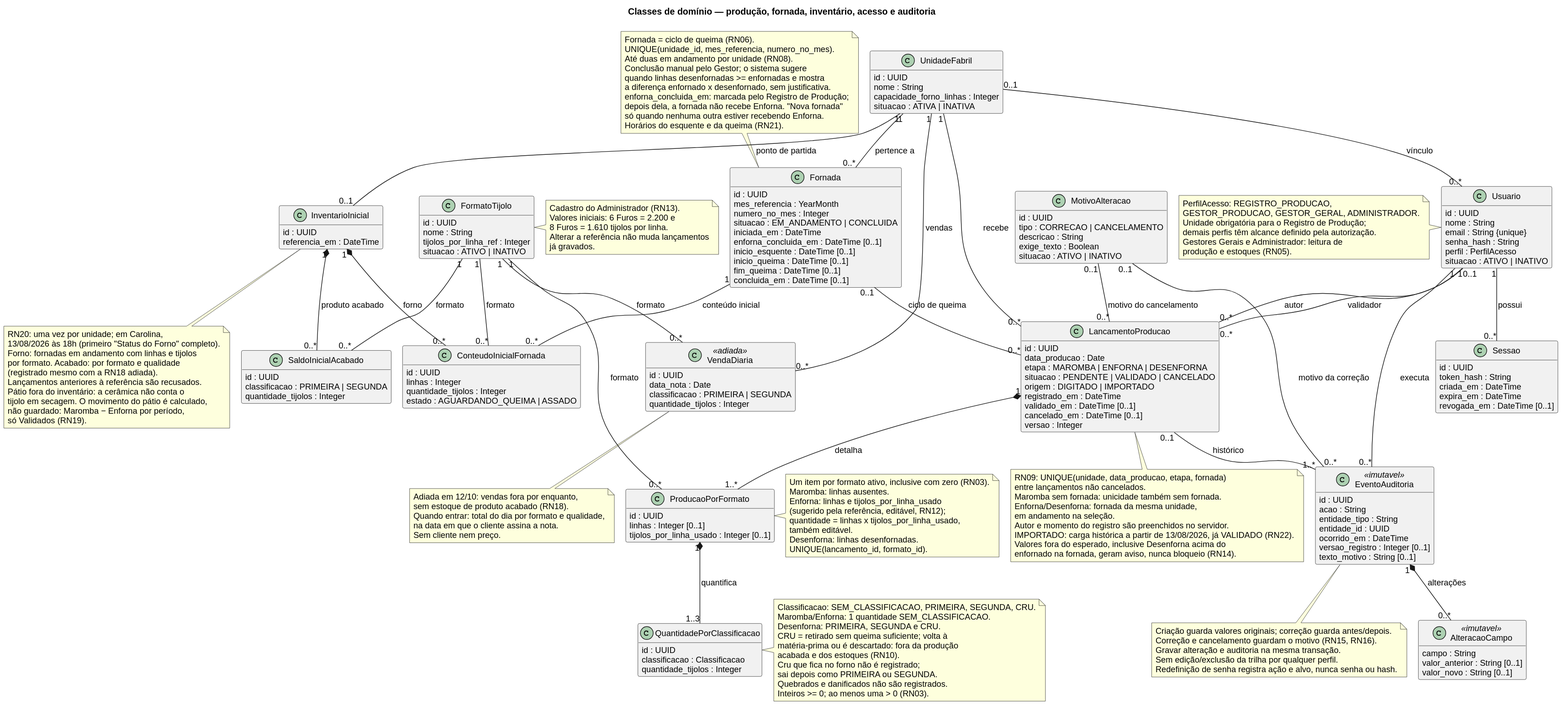
Above: docs/uml/svg/02_classes_dominio.svg in emilynerys/Projeto-Cer-mica-SOCRE (PlantUML), before the change.
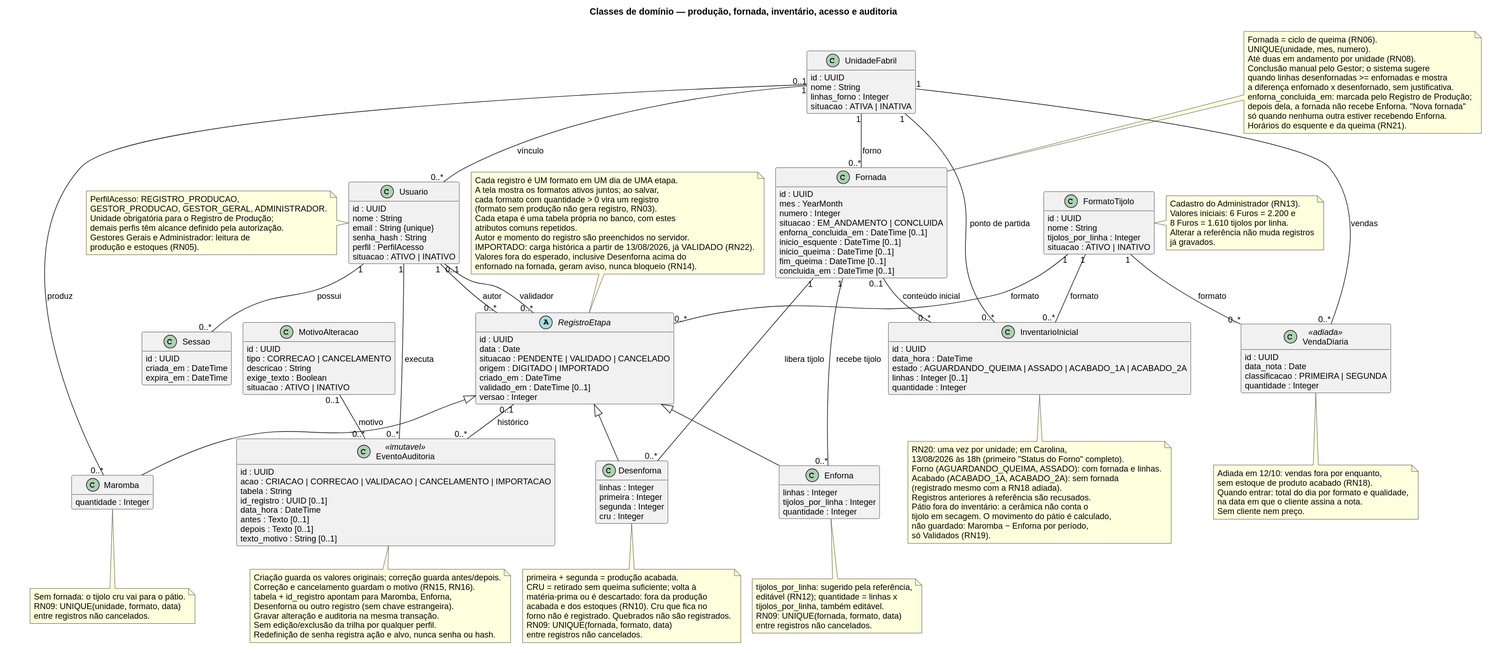
The same diagram one commit later.

What changed in the source:
```diff
@@ -10,14 +10,14 @@
 class UnidadeFabril {
   id : UUID
   nome : String
-  capacidade_forno_linhas : Integer
+  linhas_forno : Integer
   situacao : ATIVA | INATIVA
 }
 
 class FormatoTijolo {
   id : UUID
   nome : String
-  tijolos_por_linha_ref : Integer
+  tijolos_por_linha : Integer
   situacao : ATIVO | INATIVO
 }
 
@@ -32,18 +32,15 @@
 
 class Sessao {
   id : UUID
-  token_hash : String
   criada_em : DateTime
   expira_em : DateTime
-  revogada_em : DateTime [0..1]
 }
 
 class Fornada {
   id : UUID
-  mes_referencia : YearMonth
-  numero_no_mes : Integer
+  mes : YearMonth
+  numero : Integer
   situacao : EM_ANDAMENTO | CONCLUIDA
-  iniciada_em : DateTime
   enforna_concluida_em : DateTime [0..1]
   inicio_esquente : DateTime [0..1]
   inicio_queima : DateTime [0..1]
@@ -51,28 +48,31 @@
   concluida_em : DateTime [0..1]
 }
 
-class LancamentoProducao {
+abstract class RegistroEtapa {
   id : UUID
-  data_producao : Date
-  etapa : MAROMBA | ENFORNA | DESENFORNA
+  data : Date
   situacao : PENDENTE | VALIDADO | CANCELADO
   origem : DIGITADO | IMPORTADO
-  registrado_em : DateTime
+  criado_em : DateTime
   validado_em : DateTime [0..1]
-  cancelado_em : DateTime [0..1]
   versao : Integer
 }
 
-class ProducaoPorFormato {
-  id : UUID
-  linhas : Integer [0..1]
-  tijolos_por_linha_usado : Integer [0..1]
+class Maromba {
+  quantidade : Integer
 }
 
-class QuantidadePorClassificacao {
-  id : UUID
-  classificacao : Classificacao
-  quantidade_tijolos : Integer
+class Enforna {
+  linhas : Integer
+  tijolos_por_linha : Integer
+  quantidade : Integer
+}
+
+class Desenforna {
+  linhas : Integer
+  primeira : Integer
+  segunda : Integer
+  cru : Integer
 }
 
 class MotivoAlteracao {
@@ -85,68 +85,51 @@
 
 class InventarioInicial {
   id : UUID
-  referencia_em : DateTime
-}
-
-class ConteudoInicialFornada {
-  id : UUID
-  linhas : Integer
-  quantidade_tijolos : Integer
-  estado : AGUARDANDO_QUEIMA | ASSADO
-}
-
-class SaldoInicialAcabado {
-  id : UUID
-  classificacao : PRIMEIRA | SEGUNDA
-  quantidade_tijolos : Integer
+  data_hora : DateTime
+  estado : AGUARDANDO_QUEIMA | ASSADO | ACABADO_1A | ACABADO_2A
+  linhas : Integer [0..1]
+  quantidade : Integer
 }
 
 class VendaDiaria <<adiada>> {
   id : UUID
   data_nota : Date
   classificacao : PRIMEIRA | SEGUNDA
-  quantidade_tijolos : Integer
+  quantidade : Integer
 }
 
 class EventoAuditoria <<imutavel>> {
   id : UUID
-  acao : String
-  entidade_tipo : String
-  entidade_id : UUID
-  ocorrido_em : DateTime
-  versao_registro : Integer [0..1]
+  acao : CRIACAO | CORRECAO | VALIDACAO | CANCELAMENTO | IMPORTACAO
+  tabela : String
+  id_registro : UUID [0..1]
+  data_hora : DateTime
+  antes : Texto [0..1]
+  depois : Texto [0..1]
   texto_motivo : String [0..1]
 }
 
-class AlteracaoCampo <<imutavel>> {
-  campo : String
-  valor_anterior : String [0..1]
-  valor_novo : String [0..1]
-}
+RegistroEtapa <|-- Maromba
+RegistroEtapa <|-- Enforna
+RegistroEtapa <|-- Desenforna
 
 UnidadeFabril "0..1" -- "0..*" Usuario : vínculo
 Usuario "1" -- "0..*" Sessao : possui
-UnidadeFabril "1" -- "0..*" Fornada : pertence a
-UnidadeFabril "1" -- "0..*" LancamentoProducao : recebe
-Fornada "0..1" -- "0..*" LancamentoProducao : ciclo de queima
-Usuario "1" -- "0..*" LancamentoProducao : autor
-Usuario "0..1" -- "0..*" LancamentoProducao : validador
-LancamentoProducao "1" *-- "1..*" ProducaoPorFormato : detalha
-FormatoTijolo "1" -- "0..*" ProducaoPorFormato : formato
-ProducaoPorFormato "1" *-- "1..3" QuantidadePorClassificacao : quantifica
-MotivoAlteracao "0..1" -- "0..*" LancamentoProducao : motivo do cancelamento
-UnidadeFabril "1" -- "0..1" InventarioInicial : ponto de partida
-InventarioInicial "1" *-- "0..*" ConteudoInicialFornada : forno
-Fornada "1" -- "0..*" ConteudoInicialFornada : conteúdo inicial
-FormatoTijolo "1" -- "0..*" ConteudoInicialFornada : formato
-InventarioInicial "1" *-- "0..*" SaldoInicialAcabado : produto acabado
-FormatoTijolo "1" -- "0..*" SaldoInicialAcabado : formato
+UnidadeFabril "1" -- "0..*" Fornada : forno
+UnidadeFabril "1" -- "0..*" Maromba : produz
+Fornada "1" -- "0..*" Enforna : recebe tijolo
+Fornada "1" -- "0..*" Desenforna : libera tijolo
+FormatoTijolo "1" -- "0..*" RegistroEtapa : formato
+Usuario "1" -- "0..*" RegistroEtapa : autor
+Usuario "0..1" -- "0..*" RegistroEtapa : validador
+UnidadeFabril "1" -- "0..*" InventarioInicial : ponto de partida
+Fornada "0..1" -- "0..*" InventarioInicial : conteúdo inicial
+FormatoTijolo "1" -- "0..*" InventarioInicial : formato
 UnidadeFabril "1" -- "0..*" VendaDiaria : vendas
 FormatoTijolo "1" -- "0..*" VendaDiaria : formato
 Usuario "1" -- "0..*" EventoAuditoria : executa
-LancamentoProducao "0..1" -- "1..*" EventoAuditoria : histórico
-MotivoAlteracao "0..1" -- "0..*" EventoAuditoria : motivo da correção
-EventoAuditoria "1" *-- "0..*" AlteracaoCampo : alterações
+MotivoAlteracao "0..1" -- "0..*" EventoAuditoria : motivo
+RegistroEtapa "0..1" -- "0..*" EventoAuditoria : histórico
 
 note left of Usuario
   PerfilAcesso: REGISTRO_PRODUCAO,
@@ -161,49 +144,50 @@
   Cadastro do Administrador (RN13).
   Valores iniciais: 6 Furos = 2.200 e
   8 Furos = 1.610 tijolos por linha.
-  Alterar a referência não muda lançamentos
+  Alterar a referência não muda registros
   já gravados.
 end note
 
-note right of ProducaoPorFormato
-  Um item por formato ativo, inclusive com zero (RN03).
-  Maromba: linhas ausentes.
-  Enforna: linhas e tijolos_por_linha_usado
-  (sugerido pela referência, editável, RN12);
-  quantidade = linhas x tijolos_por_linha_usado,
-  também editável.
-  Desenforna: linhas desenfornadas.
-  UNIQUE(lancamento_id, formato_id).
-end note
-
-note right of QuantidadePorClassificacao
-  Classificacao: SEM_CLASSIFICACAO, PRIMEIRA, SEGUNDA, CRU.
-  Maromba/Enforna: 1 quantidade SEM_CLASSIFICACAO.
-  Desenforna: PRIMEIRA, SEGUNDA e CRU.
-  CRU = retirado sem queima suficiente; volta à
-  matéria-prima ou é descartado: fora da produção
-  acabada e dos estoques (RN10).
-  Cru que fica no forno não é registrado;
-  sai depois como PRIMEIRA ou SEGUNDA.
-  Quebrados e danificados não são registrados.
-  Inteiros >= 0; ao menos uma > 0 (RN03).
-end note
-
-note bottom of LancamentoProducao
-  RN09: UNIQUE(unidade, data_producao, etapa, fornada)
-  entre lançamentos não cancelados.
-  Maromba sem fornada: unicidade também sem fornada.
-  Enforna/Desenforna: fornada da mesma unidade,
-  em andamento na seleção.
+note top of RegistroEtapa
+  Cada registro é UM formato em UM dia de UMA etapa.
+  A tela mostra os formatos ativos juntos; ao salvar,
+  cada formato com quantidade > 0 vira um registro
+  (formato sem produção não gera registro, RN03).
+  Cada etapa é uma tabela própria no banco, com estes
+  atributos comuns repetidos.
   Autor e momento do registro são preenchidos no servidor.
   IMPORTADO: carga histórica a partir de 13/08/2026, já VALIDADO (RN22).
   Valores fora do esperado, inclusive Desenforna acima do
   enfornado na fornada, geram aviso, nunca bloqueio (RN14).
 end note
 
+note bottom of Maromba
+  Sem fornada: o tijolo cru vai para o pátio.
+  RN09: UNIQUE(unidade, formato, data)
+  entre registros não cancelados.
+end note
+
+note bottom of Enforna
+  tijolos_por_linha: sugerido pela referência,
+  editável (RN12); quantidade = linhas x
+  tijolos_por_linha, também editável.
+  RN09: UNIQUE(fornada, formato, data)
+  entre registros não cancelados.
+end note
+
+note bottom of Desenforna
+  primeira + segunda = produção acabada.
+  CRU = retirado sem queima suficiente; volta à
+  matéria-prima ou é descartado: fora da produção
+  acabada e dos estoques (RN10). Cru que fica no
+  forno não é registrado. Quebrados não são registrados.
+  RN09: UNIQUE(fornada, formato, data)
+  entre registros não cancelados.
+end note
+
 note top of Fornada
   Fornada = ciclo de queima (RN06).
-  UNIQUE(unidade_id, mes_referencia, numero_no_mes).
+  UNIQUE(unidade, mes, numero).
   Até duas em andamento por unidade (RN08).
   Conclusão manual pelo Gestor; o sistema sugere
   quando linhas desenfornadas >= enfornadas e mostra
@@ -217,10 +201,10 @@
 note bottom of InventarioInicial
   RN20: uma vez por unidade; em Carolina,
   13/08/2026 às 18h (primeiro "Status do Forno" completo).
-  Forno: fornadas em andamento com linhas e tijolos
-  por formato. Acabado: por formato e qualidade
+  Forno (AGUARDANDO_QUEIMA, ASSADO): com fornada e linhas.
+  Acabado (ACABADO_1A, ACABADO_2A): sem fornada
   (registrado mesmo com a RN18 adiada).
-  Lançamentos anteriores à referência são recusados.
+  Registros anteriores à referência são recusados.
   Pátio fora do inventário: a cerâmica não conta o
   tijolo em secagem. O movimento do pátio é calculado,
   não guardado: Maromba − Enforna por período,
@@ -236,8 +220,10 @@
 end note
 
 note bottom of EventoAuditoria
-  Criação guarda valores originais; correção guarda antes/depois.
+  Criação guarda os valores originais; correção guarda antes/depois.
   Correção e cancelamento guardam o motivo (RN15, RN16).
+  tabela + id_registro apontam para Maromba, Enforna,
+  Desenforna ou outro registro (sem chave estrangeira).
   Gravar alteração e auditoria na mesma transação.
   Sem edição/exclusão da trilha por qualquer perfil.
   Redefinição de senha registra ação e alvo, nunca senha ou hash.
```
